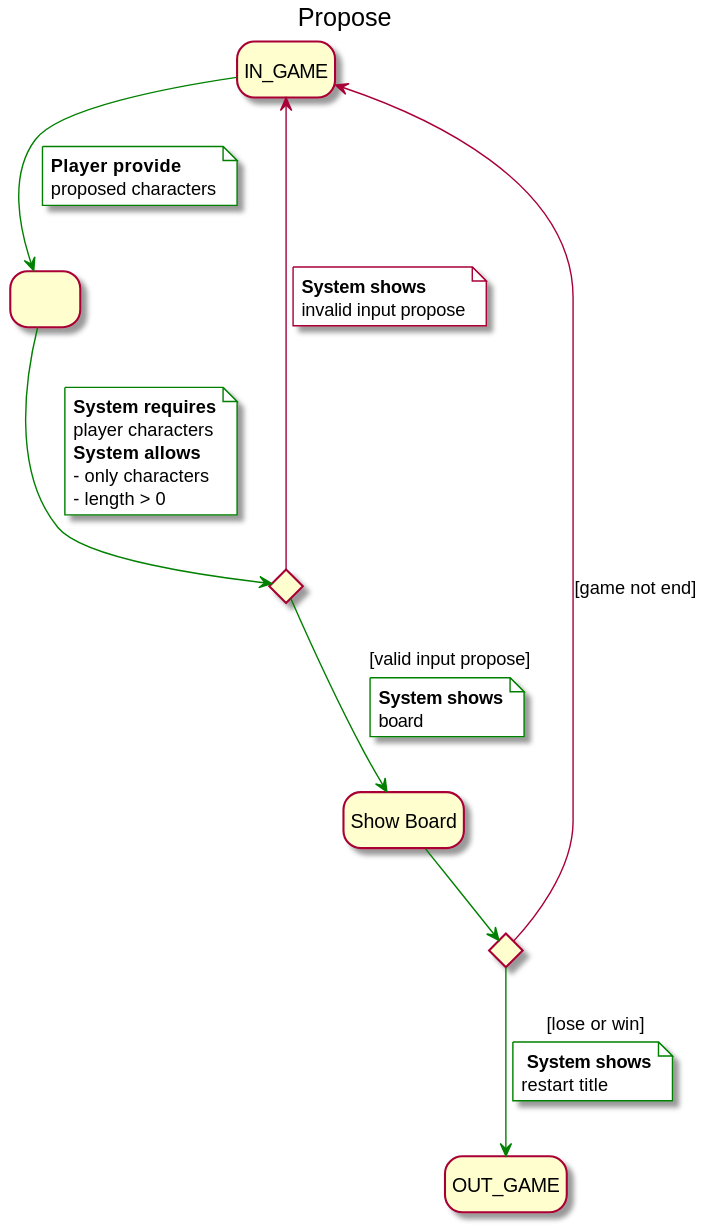
Before: requirements/images/specificationProposeUseCase-Propose.svg, a diagram exported from PlantUML (jumpering/Hanged). The source it was exported from:
```plantuml
@startuml
title Propose
skinparam NoteBackgroundColor white
hide empty description
state userRequiresCompareWord as " "
state showBoard as "Show Board"
state ifValidPropose <<choice>>
state ifEndGame <<choice>>

IN_GAME -[#green]-> userRequiresCompareWord
note on link #white
  <b>Player provide
  proposed characters
end note
userRequiresCompareWord -[#green]-> ifValidPropose
note on link #white
  <b>System requires
  player characters
  <b>System allows
  - only characters
  - length > 0
end note
ifValidPropose -[#green]-> showBoard : [valid input propose]
note on link
  <b>System shows
  board
  end note
ifValidPropose -up-> IN_GAME
note on link #white
  <b>System shows
 board
end note
note on link #white
  <b>System shows
  invalid input propose
end note
showBoard -[#green]-> ifEndGame
ifEndGame -up-> IN_GAME : [game not end]
ifEndGame -[#green]-> OUT_GAME : [lose or win]
note on link #white
  <b> System shows
  restart title
end note
@enduml
```
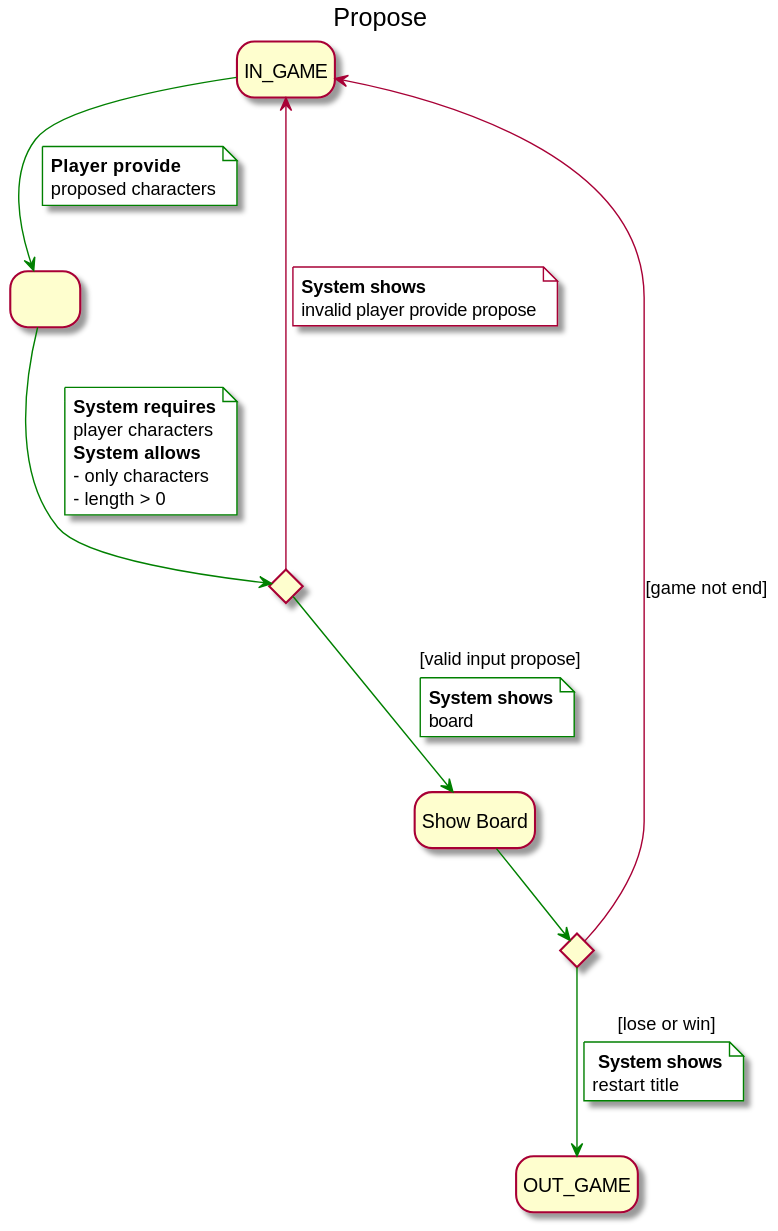
Later version of the same file.

What changed in the source:
```diff
@@ -32,7 +32,7 @@
 end note
 note on link #white
   <b>System shows
-  invalid input propose
+  invalid player provide propose
 end note
 showBoard -[#green]-> ifEndGame
 ifEndGame -up-> IN_GAME : [game not end]
```
